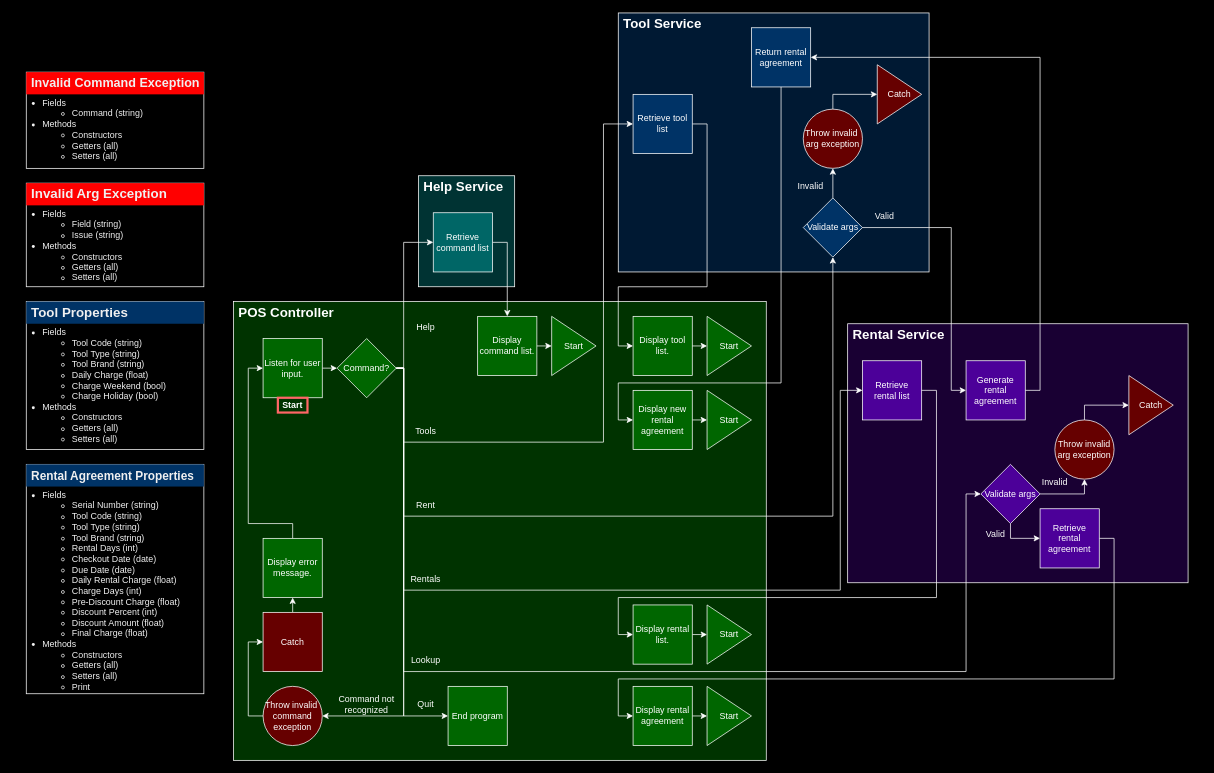
The draw.io diagram Documentation/Tools.drawio in drake-pamplin/DP0801, before the edit. Source tidied: cells renumbered, new cells numbered last; positions are measured from the earlier drawing's top-left corner, leaving out a move shared by most shapes. Both pictures are drawn from the tidied source at 74%, with x=0, y=0 at pixel (26, 13).
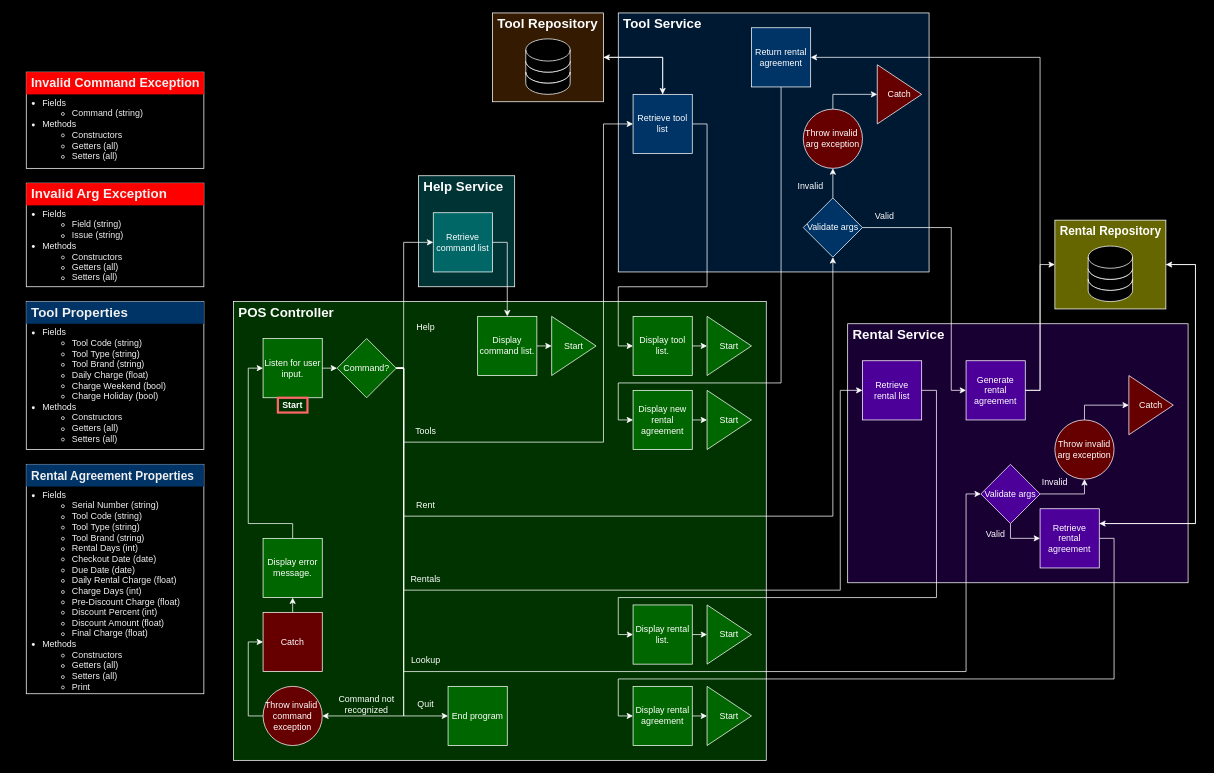
Above is the later version.

Commit message (it also covers changes not shown here):
chore: finalized app flow chart and updated tech design solution

Unchanged cells that the change refers to:
```xml
<mxCell id="32" value="&lt;font color=&quot;#ffffff&quot;&gt;Retrieve tool list&lt;/font&gt;" style="whiteSpace=wrap;html=1;fillColor=#003366;strokeColor=#FFFFFF;" parent="1" vertex="1">
  <mxGeometry x="820" y="110" width="80" height="80" as="geometry" />
</mxCell>
<mxCell id="55" value="&lt;font color=&quot;#ffffff&quot;&gt;Generate rental agreement&lt;/font&gt;" style="whiteSpace=wrap;html=1;fillColor=#4C0099;strokeColor=#FFFFFF;" parent="1" vertex="1">
  <mxGeometry x="1270" y="470" width="80" height="80" as="geometry" />
</mxCell>
<mxCell id="68" value="&lt;font color=&quot;#ffffff&quot;&gt;Retrieve rental agreement&lt;/font&gt;" style="whiteSpace=wrap;html=1;fillColor=#4C0099;strokeColor=#FFFFFF;" parent="1" vertex="1">
  <mxGeometry x="1370" y="670" width="80" height="80" as="geometry" />
</mxCell>
```

The edit, as a diff of the source:
```diff
@@
+    <mxCell id="90" style="edgeStyle=orthogonalEdgeStyle;rounded=0;jettySize=auto;html=1;exitX=0.5;exitY=0;exitDx=0;exitDy=0;entryX=1;entryY=0.5;entryDx=0;entryDy=0;strokeColor=#FFFFFF;" parent="1" edge="1" source="32" target="94">
+      <mxGeometry relative="1" as="geometry" />
+    </mxCell>
@@
+    <mxCell id="91" style="edgeStyle=orthogonalEdgeStyle;rounded=0;jettySize=auto;html=1;exitX=1;exitY=0.5;exitDx=0;exitDy=0;entryX=0;entryY=0.5;entryDx=0;entryDy=0;strokeColor=#FFFFFF;" parent="1" edge="1" source="55" target="100">
+      <mxGeometry relative="1" as="geometry" />
+    </mxCell>
@@
+    <mxCell id="92" style="edgeStyle=orthogonalEdgeStyle;rounded=0;jettySize=auto;html=1;exitX=1;exitY=0.25;exitDx=0;exitDy=0;entryX=1;entryY=0.5;entryDx=0;entryDy=0;strokeColor=#FFFFFF;" parent="1" edge="1" source="68" target="100">
+      <mxGeometry relative="1" as="geometry">
+        <Array as="points">
+          <mxPoint x="1580" y="690" />
+          <mxPoint x="1580" y="340" />
+        </Array>
+      </mxGeometry>
+    </mxCell>
@@
+    <mxCell id="93" style="edgeStyle=orthogonalEdgeStyle;rounded=0;jettySize=auto;html=1;exitX=1;exitY=0.5;exitDx=0;exitDy=0;entryX=0.5;entryY=0;entryDx=0;entryDy=0;strokeColor=#FFFFFF;" parent="1" edge="1" source="94" target="32">
+      <mxGeometry relative="1" as="geometry" />
+    </mxCell>
+    <mxCell id="94" style="rounded=0;whiteSpace=wrap;html=1;fillColor=#331A00;strokeColor=#FFFFFF;" parent="1" vertex="1">
+      <mxGeometry x="630" width="150" height="120" as="geometry" />
+    </mxCell>
+    <mxCell id="95" value="Tool Repository" style="text;html=1;strokeColor=none;fillColor=none;align=left;verticalAlign=middle;whiteSpace=wrap;rounded=0;fontColor=#FFFFFF;spacingLeft=5;fontSize=18;fontStyle=1;" parent="1" vertex="1">
+      <mxGeometry x="630" width="150" height="30" as="geometry" />
+    </mxCell>
+    <mxCell id="96" style="shape=cylinder3;whiteSpace=wrap;html=1;boundedLbl=1;backgroundOutline=1;size=15;lid=0;fillColor=#000000;strokeColor=#FFFFFF;" parent="1" vertex="1">
+      <mxGeometry x="675" y="65" width="60" height="30" as="geometry" />
+    </mxCell>
+    <mxCell id="97" style="shape=cylinder3;whiteSpace=wrap;html=1;boundedLbl=1;backgroundOutline=1;size=15;fillColor=#000000;strokeColor=#FFFFFF;" parent="1" vertex="1">
+      <mxGeometry x="675" y="35" width="60" height="45" as="geometry" />
+    </mxCell>
+    <mxCell id="98" style="shape=cylinder3;whiteSpace=wrap;html=1;boundedLbl=1;backgroundOutline=1;size=15;lid=0;fillColor=#000000;strokeColor=#FFFFFF;" parent="1" vertex="1">
+      <mxGeometry x="675" y="80" width="60" height="30" as="geometry" />
+    </mxCell>
+    <mxCell id="99" style="edgeStyle=orthogonalEdgeStyle;rounded=0;jettySize=auto;html=1;exitX=1;exitY=0.5;exitDx=0;exitDy=0;entryX=1;entryY=0.25;entryDx=0;entryDy=0;strokeColor=#FFFFFF;" parent="1" edge="1" source="100" target="68">
+      <mxGeometry relative="1" as="geometry">
+        <Array as="points">
+          <mxPoint x="1580" y="340" />
+          <mxPoint x="1580" y="690" />
+        </Array>
+      </mxGeometry>
+    </mxCell>
+    <mxCell id="100" style="rounded=0;whiteSpace=wrap;html=1;fillColor=#666600;strokeColor=#FFFFFF;" parent="1" vertex="1">
+      <mxGeometry x="1390" y="280" width="150" height="120" as="geometry" />
+    </mxCell>
+    <mxCell id="101" value="&lt;font style=&quot;font-size: 16px;&quot;&gt;Rental Repository&lt;/font&gt;" style="text;html=1;strokeColor=none;fillColor=none;align=left;verticalAlign=middle;whiteSpace=wrap;rounded=0;fontColor=#FFFFFF;spacingLeft=5;fontSize=18;fontStyle=1;" parent="1" vertex="1">
+      <mxGeometry x="1390" y="280" width="150" height="30" as="geometry" />
+    </mxCell>
+    <mxCell id="102" style="shape=cylinder3;whiteSpace=wrap;html=1;boundedLbl=1;backgroundOutline=1;size=15;lid=0;fillColor=#000000;strokeColor=#FFFFFF;" parent="1" vertex="1">
+      <mxGeometry x="1435" y="345" width="60" height="30" as="geometry" />
+    </mxCell>
+    <mxCell id="103" style="shape=cylinder3;whiteSpace=wrap;html=1;boundedLbl=1;backgroundOutline=1;size=15;fillColor=#000000;strokeColor=#FFFFFF;" parent="1" vertex="1">
+      <mxGeometry x="1435" y="315" width="60" height="45" as="geometry" />
+    </mxCell>
+    <mxCell id="104" style="shape=cylinder3;whiteSpace=wrap;html=1;boundedLbl=1;backgroundOutline=1;size=15;lid=0;fillColor=#000000;strokeColor=#FFFFFF;" parent="1" vertex="1">
+      <mxGeometry x="1435" y="360" width="60" height="30" as="geometry" />
+    </mxCell>
```
